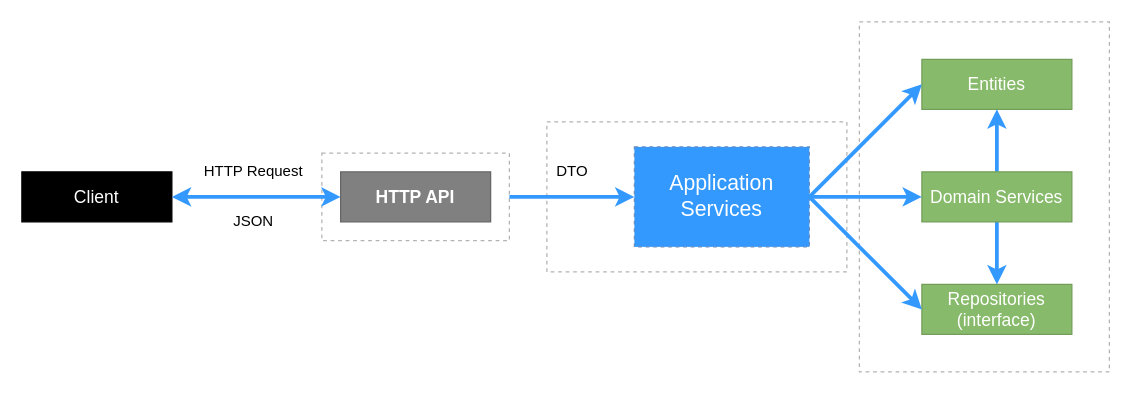
This is documents/implementations/Thiết kế api/Api_architecture.drawio from diennttlu/Graduation-Project, a draw.io file, before an edit. Source tidied: cells renumbered, new cells numbered last; positions are measured from the earlier drawing's top-left corner, leaving out a move shared by most shapes. Both pictures are drawn from the tidied source at 125%, with x=0, y=0 at pixel (21, 21).
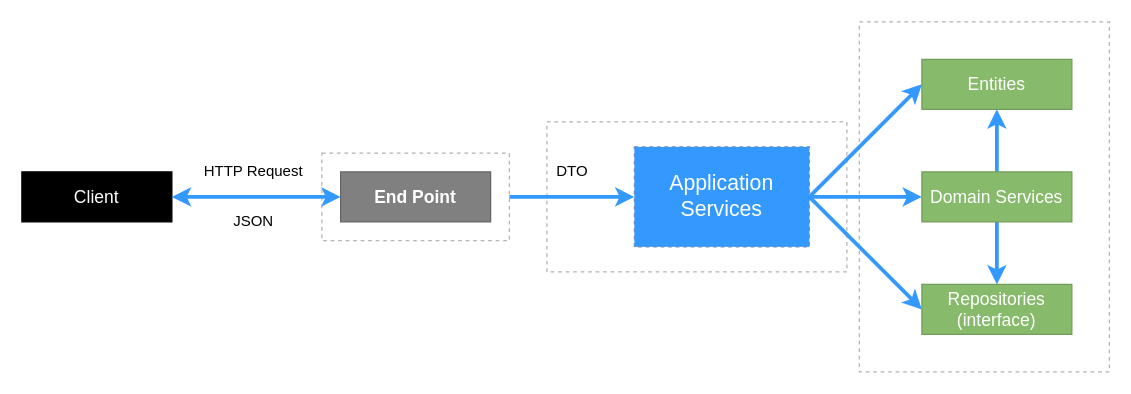
Above is the later version.

Change to the diagram source:
```diff
@@
-    <mxCell id="4" value="HTTP API" style="rounded=0;whiteSpace=wrap;html=1;fontSize=14;strokeColor=#666666;fontStyle=1;fontColor=#FFFFFF;fillColor=#808080;" parent="1" vertex="1">
+    <mxCell id="4" value="End Point" style="rounded=0;whiteSpace=wrap;html=1;fontSize=14;strokeColor=#666666;fontStyle=1;fontColor=#FFFFFF;fillColor=#808080;" parent="1" vertex="1">
       <mxGeometry x="255" y="120" width="120" height="40" as="geometry" />
     </mxCell>
```
